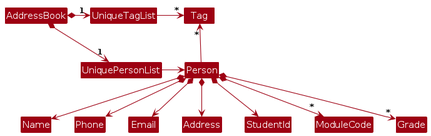
jing-xiang-choong/tp keeps this PlantUML diagram as diagrams/BetterModelClassDiagram.png. Above is the earlier version. Its source is kept beside it as diagrams/BetterModelClassDiagram.puml.
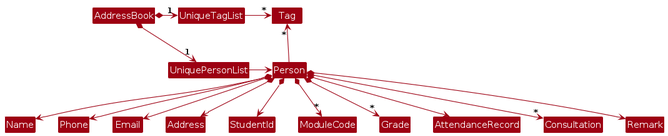
After the change.

Change to the diagram source:
```diff
@@ -21,4 +21,7 @@
 Person *--> StudentId
 Person *--> "*" ModuleCode
 Person *--> "*" Grade
+Person *--> AttendanceRecord
+Person *--> "*" Consultation
+Person *--> Remark
 @enduml
```
